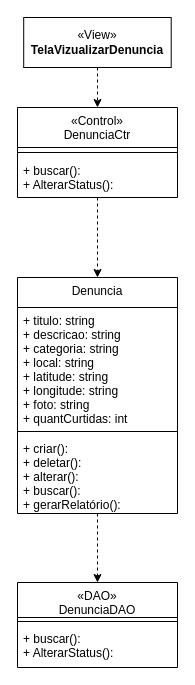
The draw.io diagram Documentação/Diagramas/Diagramas de Casos de Uso/Diagrama de Caso de Uso Alterar Status.drawio in frsouzaa/Documentacao-TCC-NossaVia, before the edit. Source tidied: cells renumbered, new cells numbered last; positions are measured from the earlier drawing's top-left corner, leaving out a move shared by most shapes. Both pictures are drawn from the tidied source at 100%, with x=0, y=0 at pixel (17, 17).
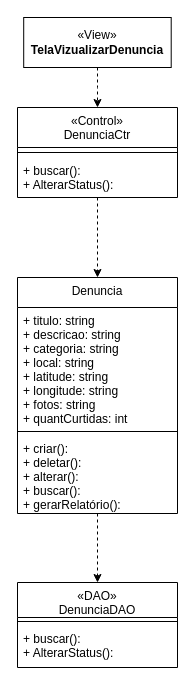
After the change.

Commit message:
Atualizar fotos Diagrama de Caso de Uso Alterar Status.drawio

What changed in the source:
```diff
@@
 <mxGraphModel>
   <root>
     <mxCell id="0" />
     <mxCell id="1" parent="0" />
     <mxCell id="2" value="Denuncia" style="swimlane;fontStyle=0;align=center;verticalAlign=top;horizontal=1;startSize=30;rounded=0;shadow=0;strokeWidth=1;" parent="1" vertex="1">
       <mxGeometry y="260" width="160" height="236" as="geometry" />
     </mxCell>
-    <mxCell id="3" value="+ titulo: string&#10;+ descricao: string&#10;+ categoria: string&#10;+ local: string&#10;+ latitude: string&#10;+ longitude: string&#10;+ foto: string&#10;+ quantCurtidas: int" style="text;align=left;verticalAlign=top;spacingLeft=4;spacingRight=4;overflow=hidden;" parent="2" vertex="1">
+    <mxCell id="3" value="+ titulo: string&#10;+ descricao: string&#10;+ categoria: string&#10;+ local: string&#10;+ latitude: string&#10;+ longitude: string&#10;+ fotos: string&#10;+ quantCurtidas: int" style="text;align=left;verticalAlign=top;spacingLeft=4;spacingRight=4;overflow=hidden;" parent="2" vertex="1">
       <mxGeometry y="30" width="160" height="120" as="geometry" />
     </mxCell>
     <mxCell id="4" style="line;html=1;strokeWidth=1;align=left;verticalAlign=middle;spacingTop=-1;spacingLeft=3;spacingRight=3;labelPosition=right;" parent="2" vertex="1">
       <mxGeometry y="150" width="160" height="8" as="geometry" />
     </mxCell>
     <mxCell id="5" value="+ criar(): &#10;+ deletar(): &#10;+ alterar():&#10;+ buscar():&#10;+ gerarRelatório(): " style="text;align=left;verticalAlign=top;spacingLeft=4;spacingRight=4;overflow=hidden;" parent="2" vertex="1">
       <mxGeometry y="158" width="160" height="78" as="geometry" />
     </mxCell>
     <mxCell id="6" style="edgeStyle=orthogonalEdgeStyle;rounded=0;jettySize=auto;html=1;exitX=0.5;exitY=1;exitDx=0;exitDy=0;entryX=0.5;entryY=0;entryDx=0;entryDy=0;dashed=1;" parent="1" edge="1" source="2" target="13">
       <mxGeometry relative="1" as="geometry" />
     </mxCell>
     <mxCell id="7" style="edgeStyle=orthogonalEdgeStyle;rounded=0;jettySize=auto;html=1;entryX=0.5;entryY=0;entryDx=0;entryDy=0;dashed=1;" parent="1" edge="1" source="8" target="10">
       <mxGeometry relative="1" as="geometry" />
     </mxCell>
     <mxCell id="8" value="«View»&lt;br&gt;&lt;b&gt;TelaVizualizarDenuncia&lt;br&gt;&lt;/b&gt;" style="html=1;whiteSpace=wrap;" parent="1" vertex="1">
       <mxGeometry x="6.2" width="147.5" height="50" as="geometry" />
     </mxCell>
     <mxCell id="9" style="edgeStyle=orthogonalEdgeStyle;rounded=0;jettySize=auto;html=1;exitX=0.5;exitY=1;exitDx=0;exitDy=0;entryX=0.5;entryY=0;entryDx=0;entryDy=0;dashed=1;" parent="1" edge="1" source="10" target="2">
       <mxGeometry relative="1" as="geometry" />
     </mxCell>
     <mxCell id="10" value="«Control»&#10;DenunciaCtr" style="swimlane;fontStyle=0;align=center;verticalAlign=top;horizontal=1;startSize=40;rounded=0;shadow=0;strokeWidth=1;" parent="1" vertex="1">
       <mxGeometry y="90" width="160" height="90" as="geometry" />
     </mxCell>
     <mxCell id="11" style="line;html=1;strokeWidth=1;align=left;verticalAlign=middle;spacingTop=-1;spacingLeft=3;spacingRight=3;labelPosition=right;" parent="10" vertex="1">
       <mxGeometry y="40" width="160" height="10" as="geometry" />
     </mxCell>
     <mxCell id="12" value="+ buscar():&#10;+ AlterarStatus():" style="text;align=left;verticalAlign=top;spacingLeft=4;spacingRight=4;overflow=hidden;" parent="10" vertex="1">
       <mxGeometry y="50" width="160" height="40" as="geometry" />
     </mxCell>
     <mxCell id="13" value="«DAO»&#10;DenunciaDAO&#10;" style="swimlane;fontStyle=0;align=center;verticalAlign=top;horizontal=1;startSize=35;rounded=0;shadow=0;strokeWidth=1;" parent="1" vertex="1">
       <mxGeometry y="565" width="160" height="85" as="geometry" />
     </mxCell>
     <mxCell id="14" style="line;html=1;strokeWidth=1;align=left;verticalAlign=middle;spacingTop=-1;spacingLeft=3;spacingRight=3;labelPosition=right;" parent="13" vertex="1">
       <mxGeometry y="35" width="160" height="8" as="geometry" />
     </mxCell>
     <mxCell id="15" value="+ buscar():&#10;+ AlterarStatus():" style="text;align=left;verticalAlign=top;spacingLeft=4;spacingRight=4;overflow=hidden;" parent="13" vertex="1">
       <mxGeometry y="43" width="160" height="37" as="geometry" />
     </mxCell>
   </root>
 </mxGraphModel>
```
